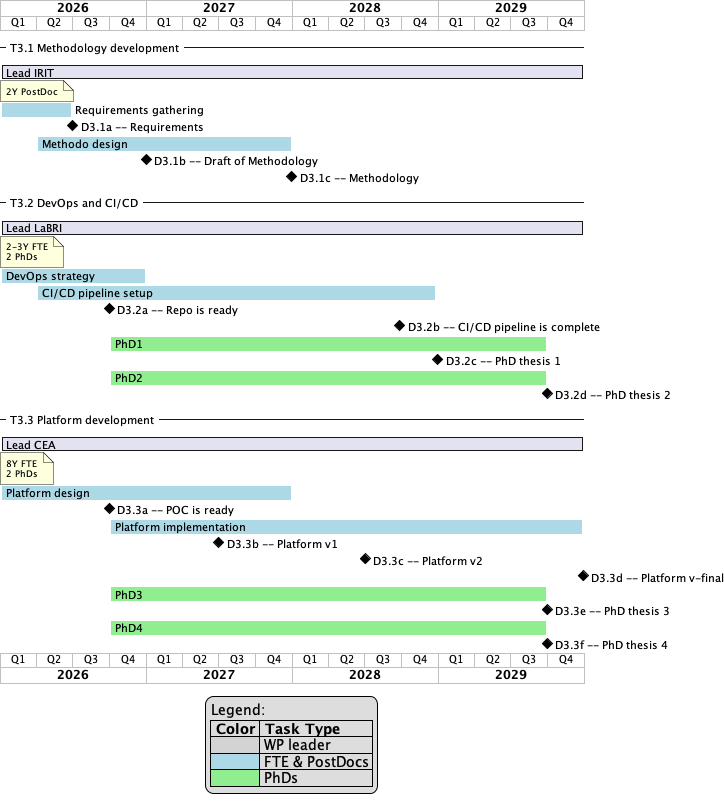
The PlantUML diagram out/pc3-gantt/PC3GanttChart.png in jmbruel/edt-pc3, before a commit. Source of this version:
```plantuml
@startgantt PC3 Gantt Chart

printscale quarterly
Project starts the 1st of January 2026
-- T3.1 Methodology development --
[Lead IRIT] requires 1460 days
note bottom
  2Y PostDoc
end note

[Requirements gathering] as [T3.1a] requires 182 days and is colored in LightBlue
[D3.1a -- Requirements] happens at [T3.1a]'s end

[Methodo design] as [T3.1b] requires 640 days and is colored in LightBlue
[T3.1b] starts 1st April 2026
[D3.1b -- Draft of Methodology ] happens 1st Jannuary 2027
[D3.1c -- Methodology] happens at [T3.1b]'s end

-- T3.2 DevOps and CI/CD --
[Lead LaBRI] requires 1460 days
note bottom
  2-3Y FTE
  2 PhDs
end note


[DevOps strategy] as [T3.2a] requires 365 days and is colored in LightBlue
[T3.2a] starts 1st January 2026
[CI/CD pipeline setup] as [T3.2b] requires 1000 days and is colored in LightBlue
[D3.2a -- Repo is ready] happens 1st October 2026
[D3.2b -- CI/CD pipeline is complete] happens at [T3.2b]'s end

[T3.2b] starts 1st April 2026
[PhD1] as [T3.2c] requires 1095 days and is colored in LightGreen
[D3.2c -- PhD thesis 1] happens at [T3.2c]'s end

[T3.2c] starts 1st October 2026
[PhD2] as [T3.2d] requires 1095 days and is colored in LightGreen
[T3.2d] starts 1st October 2026
[D3.2d -- PhD thesis 2] happens at [T3.2d]'s end

-- T3.3 Platform development --
[Lead CEA] requires 1460 days
note bottom
  8Y FTE
  2 PhDs
end note

[Platform design] as [T3.3a] requires 730 days and is colored in LightBlue
[T3.3a] starts 1st January 2026
[D3.3a -- POC is ready] happens 1st October 2026

[Platform implementation] as [T3.3b] requires 1185 days and is colored in LightBlue
[T3.3b] starts 1st October 2026
[D3.3b -- Platform v1] happens 1st July 2027
[D3.3c -- Platform v2] happens 1st July 2028
[D3.3d -- Platform v-final] happens at [T3.3b]'s end

[PhD3] as [T3.3c] requires 1095 days and is colored in LightGreen
[T3.3c] starts 1st October 2026
[D3.3e -- PhD thesis 3] happens at [T3.3c]'s end

[PhD4] as [T3.3d] requires 1095 days and is colored in LightGreen
[T3.3d] starts 1st October 2026
[D3.3f -- PhD thesis 4] happens at [T3.3d]'s end

legend
Legend:
|= Color |= Task Type |
|<#lightgray> | WP leader |
|<#LightBlue>| FTE & PostDocs |
|<#LightGreen> | PhDs |
end legend

@endgantt
```
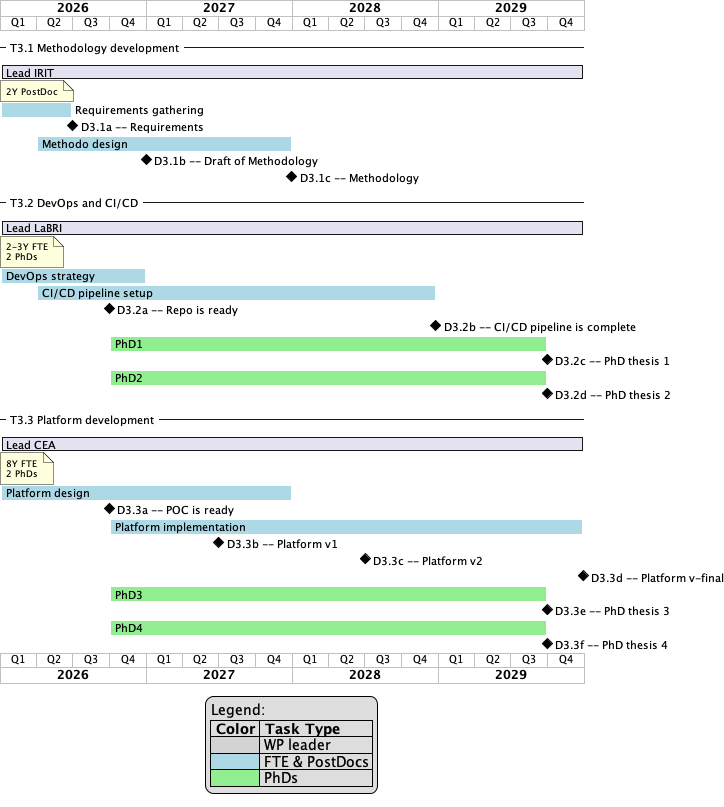
The same file after the commit.

The edit, as a diff of the source:
```diff
@@ -1,4 +1,4 @@
-@startgantt PC3 Gantt Chart
+@startgantt PC3GanttChart
 
 printscale quarterly
 Project starts the 1st of January 2026
@@ -27,14 +27,15 @@
 [DevOps strategy] as [T3.2a] requires 365 days and is colored in LightBlue
 [T3.2a] starts 1st January 2026
 [CI/CD pipeline setup] as [T3.2b] requires 1000 days and is colored in LightBlue
+[T3.2b] starts 1st April 2026
+
 [D3.2a -- Repo is ready] happens 1st October 2026
 [D3.2b -- CI/CD pipeline is complete] happens at [T3.2b]'s end
 
-[T3.2b] starts 1st April 2026
 [PhD1] as [T3.2c] requires 1095 days and is colored in LightGreen
+[T3.2c] starts 1st October 2026
 [D3.2c -- PhD thesis 1] happens at [T3.2c]'s end
 
-[T3.2c] starts 1st October 2026
 [PhD2] as [T3.2d] requires 1095 days and is colored in LightGreen
 [T3.2d] starts 1st October 2026
 [D3.2d -- PhD thesis 2] happens at [T3.2d]'s end
```
